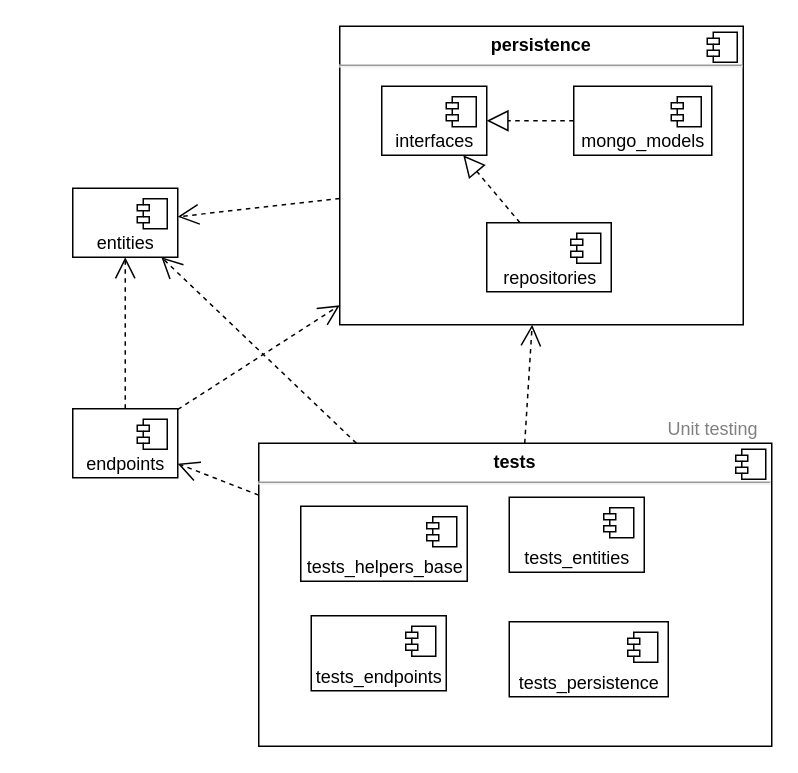
Before: docs/folder structure.drawio in JCaeta/template-node-api-server, a draw.io diagram. Source tidied: cells renumbered, new cells numbered last; positions are measured from the earlier drawing's top-left corner, leaving out a move shared by most shapes. Both pictures are drawn from the tidied source at 150%, with x=0, y=0 at pixel (72, 26).
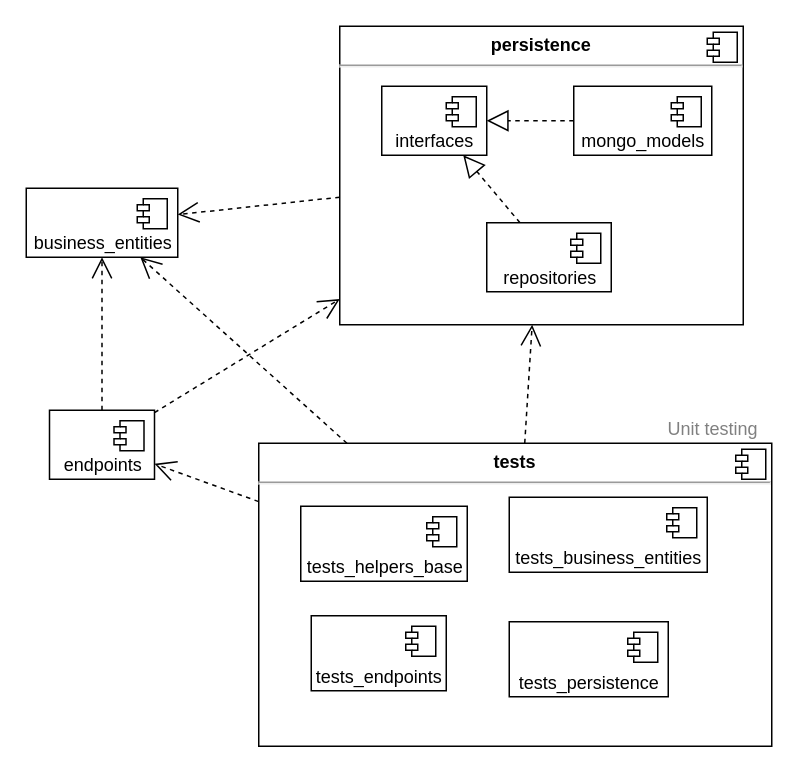
After the change.

Diff of the diagram source:
```diff
@@
-    <mxCell id="13" value="entities" style="html=1;verticalAlign=bottom;" parent="1" vertex="1">
-      <mxGeometry y="108" width="70" height="46" as="geometry" />
+    <mxCell id="13" value="business_entities" style="html=1;verticalAlign=bottom;" parent="1" vertex="1">
+      <mxGeometry x="-31" y="108" width="101" height="46" as="geometry" />
     </mxCell>
@@
     <mxCell id="24" value="endpoints" style="html=1;verticalAlign=bottom;" parent="1" vertex="1">
-      <mxGeometry y="255" width="70" height="46" as="geometry" />
+      <mxGeometry x="-15.5" y="256" width="70" height="46" as="geometry" />
     </mxCell>
@@
-    <mxCell id="28" value="tests_entities" style="html=1;verticalAlign=bottom;" parent="1" vertex="1">
-      <mxGeometry x="291" y="314" width="90" height="50" as="geometry" />
+    <mxCell id="28" value="tests_business_entities" style="html=1;verticalAlign=bottom;" parent="1" vertex="1">
+      <mxGeometry x="291" y="314" width="132" height="50" as="geometry" />
     </mxCell>
```
